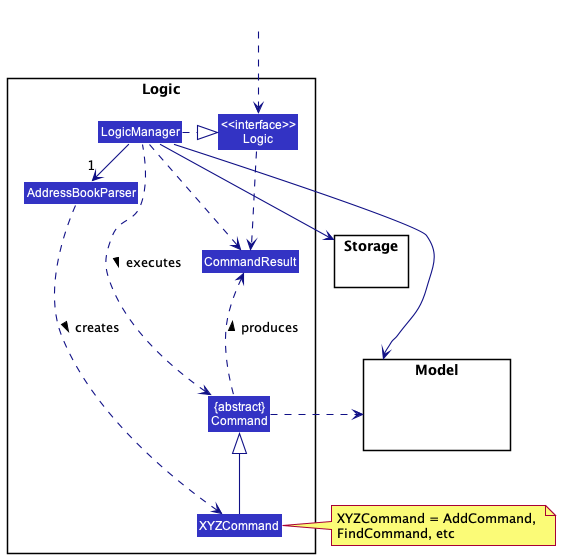
Above: docs/images/LogicClassDiagram.png in nus-cs2103-AY2223S2/tp (PlantUML), before the change. Its diagram source:
```plantuml
@startuml
!include style.puml
skinparam arrowThickness 1.1
skinparam arrowColor LOGIC_COLOR_T4
skinparam classBackgroundColor LOGIC_COLOR

package Logic {

Class AddressBookParser
Class XYZCommand
Class CommandResult
Class "{abstract}\nCommand" as Command


Class "<<interface>>\nLogic" as Logic
Class LogicManager
}

package Model{
Class HiddenModel #FFFFFF
}

package Storage{
}

Class HiddenOutside #FFFFFF
HiddenOutside ..> Logic

LogicManager .right.|> Logic
LogicManager -right->"1" AddressBookParser
AddressBookParser ..> XYZCommand : creates >

XYZCommand -up-|> Command
LogicManager .left.> Command : executes >

LogicManager --> Model
LogicManager --> Storage
Storage --[hidden] Model
Command .[hidden]up.> Storage
Command .right.> Model
note right of XYZCommand: XYZCommand = AddCommand, \nFindCommand, etc

Logic ..> CommandResult
LogicManager .down.> CommandResult
Command .up.> CommandResult : produces >
@enduml
```
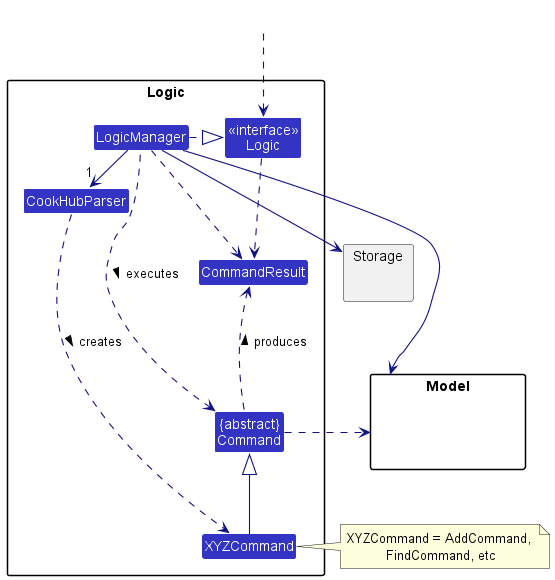
The same file after the commit.

Commit message:
Update logic UML diagram part in DG.

Change to the diagram source:
```diff
@@ -6,13 +6,13 @@
 
 package Logic {
 
-Class AddressBookParser
+Class CookHubParser
 Class XYZCommand
 Class CommandResult
 Class "{abstract}\nCommand" as Command
 
 
-Class "<<interface>>\nLogic" as Logic
+Class "<<interface>>\nLogic" as LogicI
 Class LogicManager
 }
 
@@ -24,11 +24,11 @@
 }
 
 Class HiddenOutside #FFFFFF
-HiddenOutside ..> Logic
+HiddenOutside ..> LogicI
 
-LogicManager .right.|> Logic
-LogicManager -right->"1" AddressBookParser
-AddressBookParser ..> XYZCommand : creates >
+LogicManager .right.|> LogicI
+LogicManager -right->"1" CookHubParser
+CookHubParser ..> XYZCommand : creates >
 
 XYZCommand -up-|> Command
 LogicManager .left.> Command : executes >
@@ -40,7 +40,7 @@
 Command .right.> Model
 note right of XYZCommand: XYZCommand = AddCommand, \nFindCommand, etc
 
-Logic ..> CommandResult
+LogicI ..> CommandResult
 LogicManager .down.> CommandResult
 Command .up.> CommandResult : produces >
 @enduml
```
